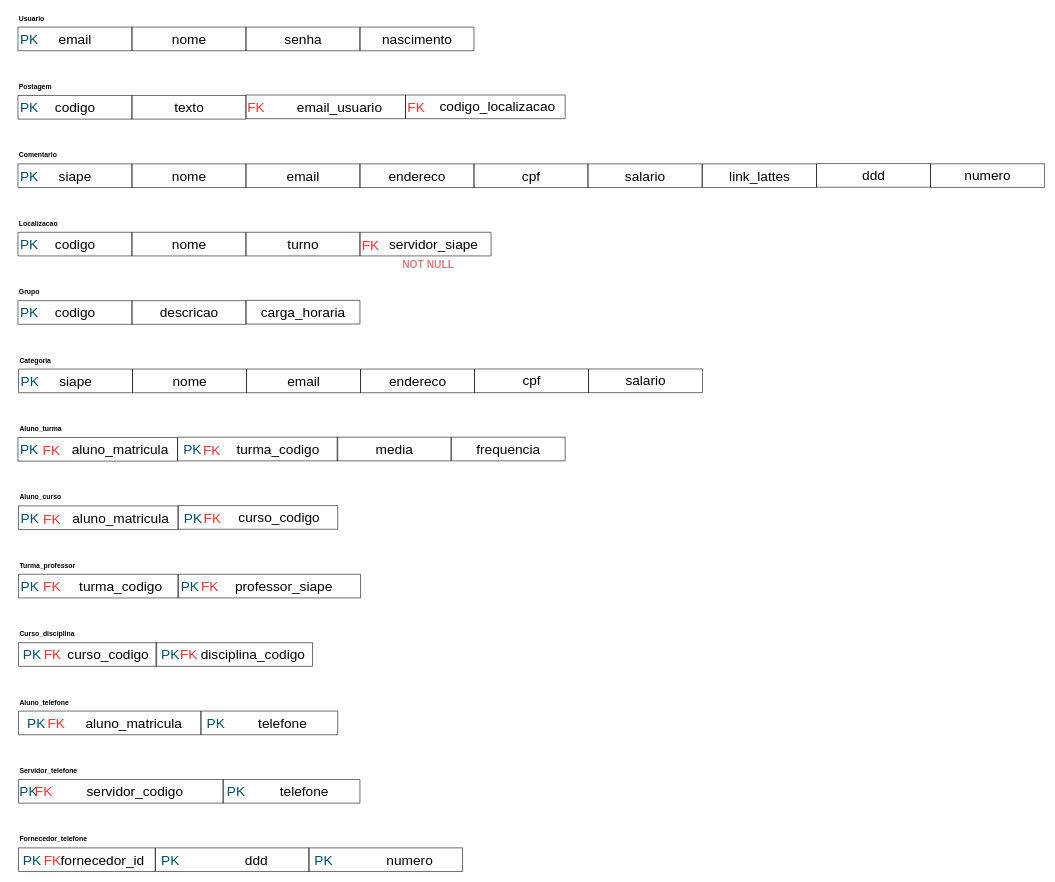
Before: Cópia do LEOBDATV6-2.drawio in Konitch/Diagram, a draw.io diagram. Source tidied: cells renumbered, new cells numbered last; positions are measured from the earlier drawing's top-left corner, leaving out a move shared by most shapes. Both pictures are drawn from the tidied source at 57%, with x=0, y=0 at pixel (9, 10).
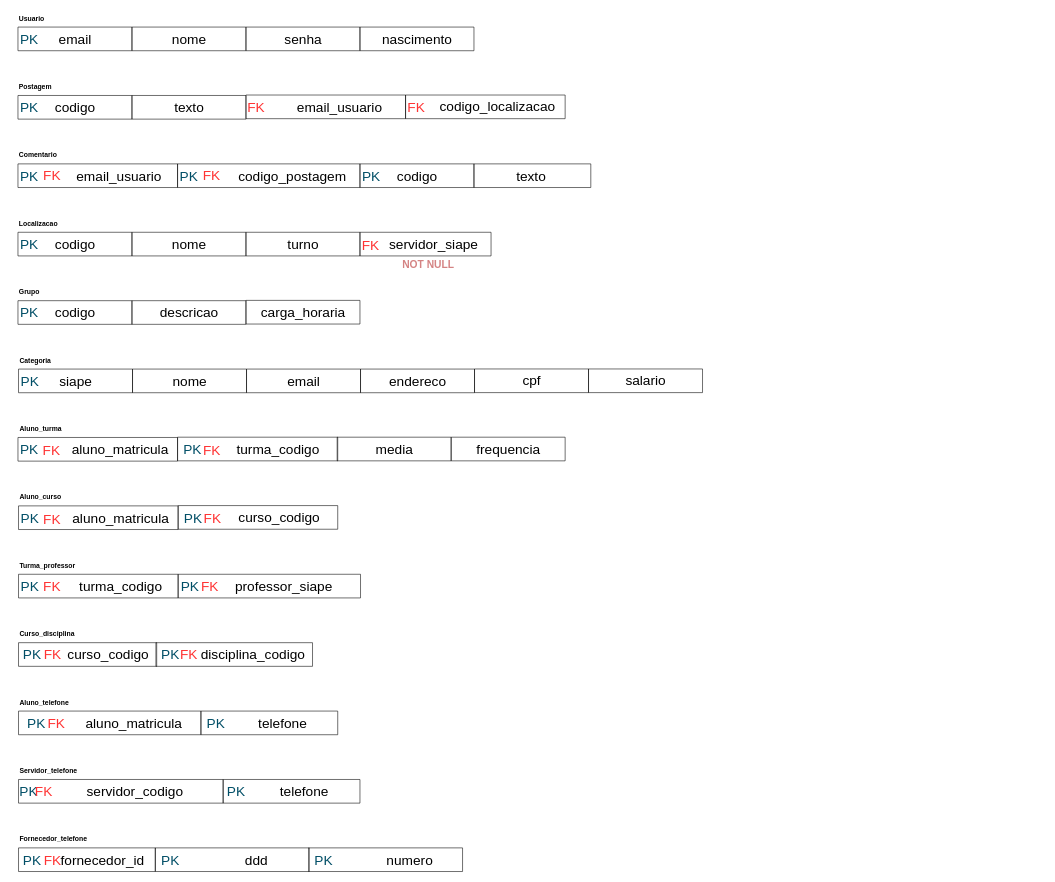
The same page after the edit.

Unchanged cells that the change refers to:
```xml
<mxCell id="20" style="group;" parent="19" vertex="1">
  <mxGeometry y="30" width="1000" height="43" as="geometry" />
</mxCell>
<mxCell id="29" style="swimlane;startSize=0;" parent="28" vertex="1">
  <mxGeometry width="200" height="41.5" as="geometry" />
</mxCell>
```

Diff of the diagram source:
```diff
@@
     <mxCell id="21" style="group;" parent="20" vertex="1">
-      <mxGeometry width="200" height="43" as="geometry" />
+      <mxGeometry width="280" height="43" as="geometry" />
     </mxCell>
     <mxCell id="22" style="swimlane;startSize=0;" parent="21" vertex="1">
-      <mxGeometry width="200" height="41.5" as="geometry" />
+      <mxGeometry width="280" height="41.5" as="geometry" />
     </mxCell>
-    <mxCell id="23" value="&lt;font style=&quot;font-size: 24px;&quot;&gt;siape&lt;/font&gt;" style="text;html=1;align=center;verticalAlign=middle;strokeColor=none;fillColor=none;" parent="22" vertex="1">
-      <mxGeometry x="60" y="1.5" width="80" height="40" as="geometry" />
+    <mxCell id="23" value="&lt;font style=&quot;font-size: 24px;&quot;&gt;email_usuario&lt;/font&gt;" style="text;html=1;align=center;verticalAlign=middle;strokeColor=none;fillColor=none;" parent="22" vertex="1">
+      <mxGeometry x="92" y="1.5" width="170" height="40" as="geometry" />
     </mxCell>
@@
+    <mxCell id="218" value="&lt;font color=&quot;#ff3333&quot; style=&quot;font-size: 24px;&quot;&gt;FK&lt;/font&gt;" style="text;html=1;align=center;verticalAlign=middle;whiteSpace=wrap;rounded=0;" parent="22" vertex="1">
+      <mxGeometry x="30" y="5.8" width="60" height="30" as="geometry" />
+    </mxCell>
     <mxCell id="25" style="group;" parent="20" vertex="1">
-      <mxGeometry x="200" width="200" height="43" as="geometry" />
+      <mxGeometry x="280" width="320" height="43" as="geometry" />
     </mxCell>
     <mxCell id="26" style="swimlane;startSize=0;" parent="25" vertex="1">
-      <mxGeometry width="200" height="41.5" as="geometry" />
+      <mxGeometry width="320" height="41.5" as="geometry" />
     </mxCell>
-    <mxCell id="27" value="&lt;font style=&quot;font-size: 24px;&quot;&gt;nome&lt;/font&gt;" style="text;html=1;align=center;verticalAlign=middle;strokeColor=none;fillColor=none;" parent="26" vertex="1">
-      <mxGeometry x="60" y="1.5" width="80" height="40" as="geometry" />
+    <mxCell id="27" value="&lt;font style=&quot;font-size: 24px;&quot;&gt;codigo_postagem&lt;/font&gt;" style="text;html=1;align=center;verticalAlign=middle;strokeColor=none;fillColor=none;" parent="26" vertex="1">
+      <mxGeometry x="96.2" y="1.5" width="210" height="40" as="geometry" />
     </mxCell>
     <mxCell id="28" style="group;" parent="20" vertex="1">
-      <mxGeometry x="400" width="200" height="43" as="geometry" />
+      <mxGeometry x="600" width="200" height="43" as="geometry" />
     </mxCell>
@@
-    <mxCell id="30" value="&lt;span style=&quot;font-size: 24px;&quot;&gt;email&lt;/span&gt;" style="text;html=1;align=center;verticalAlign=middle;strokeColor=none;fillColor=none;" parent="29" vertex="1">
-      <mxGeometry x="60" y="1.5" width="80" height="40" as="geometry" />
+    <mxCell id="30" value="&lt;span style=&quot;font-size: 24px;&quot;&gt;codigo&lt;/span&gt;" style="text;html=1;align=center;verticalAlign=middle;strokeColor=none;fillColor=none;" parent="29" vertex="1">
+      <mxGeometry x="55" y="1.5" width="90" height="40" as="geometry" />
     </mxCell>
     <mxCell id="31" style="group;" parent="20" vertex="1">
-      <mxGeometry x="600" width="200" height="43" as="geometry" />
+      <mxGeometry x="800" width="205" height="43" as="geometry" />
     </mxCell>
     <mxCell id="32" style="swimlane;startSize=0;" parent="31" vertex="1">
-      <mxGeometry width="200" height="41.5" as="geometry" />
+      <mxGeometry width="205" height="41.5" as="geometry" />
     </mxCell>
-    <mxCell id="33" value="&lt;span style=&quot;font-size: 24px;&quot;&gt;endereco&lt;/span&gt;" style="text;html=1;align=center;verticalAlign=middle;strokeColor=none;fillColor=none;" parent="32" vertex="1">
-      <mxGeometry x="40" y="1.5" width="120" height="40" as="geometry" />
+    <mxCell id="33" value="&lt;span style=&quot;font-size: 24px;&quot;&gt;texto&lt;/span&gt;" style="text;html=1;align=center;verticalAlign=middle;strokeColor=none;fillColor=none;" parent="32" vertex="1">
+      <mxGeometry x="60" y="1.5" width="80" height="40" as="geometry" />
     </mxCell>
-    <mxCell id="34" style="group;" parent="20" vertex="1">
-      <mxGeometry x="800" width="200" height="43" as="geometry" />
-    </mxCell>
-    <mxCell id="35" style="swimlane;startSize=0;" parent="34" vertex="1">
-      <mxGeometry width="200" height="41.5" as="geometry" />
-    </mxCell>
-    <mxCell id="36" value="&lt;span style=&quot;font-size: 24px;&quot;&gt;cpf&lt;/span&gt;" style="text;html=1;align=center;verticalAlign=middle;strokeColor=none;fillColor=none;" parent="35" vertex="1">
-      <mxGeometry x="70" y="1.5" width="60" height="40" as="geometry" />
-    </mxCell>
@@
-    <mxCell id="202" style="group;" parent="1" vertex="1">
-      <mxGeometry x="1015" y="270" width="200" height="43" as="geometry" />
-    </mxCell>
-    <mxCell id="203" style="swimlane;startSize=0;" parent="202" vertex="1">
-      <mxGeometry width="200" height="41.5" as="geometry" />
-    </mxCell>
-    <mxCell id="204" value="&lt;span style=&quot;font-size: 24px;&quot;&gt;salario&lt;/span&gt;" style="text;html=1;align=center;verticalAlign=middle;strokeColor=none;fillColor=none;" parent="203" vertex="1">
-      <mxGeometry x="55" y="1.5" width="90" height="40" as="geometry" />
-    </mxCell>
-    <mxCell id="205" style="group;" parent="1" vertex="1">
-      <mxGeometry x="1216" y="270" width="200" height="43" as="geometry" />
-    </mxCell>
-    <mxCell id="206" style="swimlane;startSize=0;" parent="205" vertex="1">
-      <mxGeometry width="200" height="41.5" as="geometry" />
-    </mxCell>
-    <mxCell id="207" value="&lt;span style=&quot;font-size: 24px;&quot;&gt;link_lattes&lt;/span&gt;" style="text;html=1;align=center;verticalAlign=middle;strokeColor=none;fillColor=none;" parent="206" vertex="1">
-      <mxGeometry x="35" y="1.5" width="130" height="40" as="geometry" />
-    </mxCell>
-    <mxCell id="208" style="group;" parent="1" vertex="1">
-      <mxGeometry x="1416" y="269.5" width="200" height="43" as="geometry" />
-    </mxCell>
-    <mxCell id="209" style="swimlane;startSize=0;" parent="208" vertex="1">
-      <mxGeometry width="200" height="41.5" as="geometry" />
-    </mxCell>
-    <mxCell id="210" value="&lt;span style=&quot;font-size: 24px;&quot;&gt;ddd&lt;/span&gt;" style="text;html=1;align=center;verticalAlign=middle;strokeColor=none;fillColor=none;" parent="209" vertex="1">
-      <mxGeometry x="70" y="1.5" width="60" height="40" as="geometry" />
-    </mxCell>
-    <mxCell id="211" style="group;" parent="1" vertex="1">
-      <mxGeometry x="1616" y="269.8" width="200" height="43" as="geometry" />
-    </mxCell>
-    <mxCell id="212" style="swimlane;startSize=0;" parent="211" vertex="1">
-      <mxGeometry width="200" height="41.5" as="geometry" />
-    </mxCell>
-    <mxCell id="213" value="&lt;span style=&quot;font-size: 24px;&quot;&gt;numero&lt;/span&gt;" style="text;html=1;align=center;verticalAlign=middle;strokeColor=none;fillColor=none;" parent="212" vertex="1">
-      <mxGeometry x="50" y="1.5" width="100" height="40" as="geometry" />
-    </mxCell>
@@
+    <mxCell id="219" value="&lt;font color=&quot;#014e66&quot; style=&quot;font-size: 24px;&quot;&gt;PK&lt;/font&gt;" style="text;html=1;align=center;verticalAlign=middle;whiteSpace=wrap;rounded=0;" parent="1" vertex="1">
+      <mxGeometry x="285" y="276.5" width="60" height="30" as="geometry" />
+    </mxCell>
+    <mxCell id="220" value="&lt;font color=&quot;#ff3333&quot; style=&quot;font-size: 24px;&quot;&gt;FK&lt;/font&gt;" style="text;html=1;align=center;verticalAlign=middle;whiteSpace=wrap;rounded=0;" parent="1" vertex="1">
+      <mxGeometry x="325" y="275.8" width="60" height="30" as="geometry" />
+    </mxCell>
+    <mxCell id="221" value="&lt;font color=&quot;#014e66&quot; style=&quot;font-size: 24px;&quot;&gt;PK&lt;/font&gt;" style="text;html=1;align=center;verticalAlign=middle;whiteSpace=wrap;rounded=0;" parent="1" vertex="1">
+      <mxGeometry x="605" y="276.5" width="60" height="30" as="geometry" />
+    </mxCell>
```
